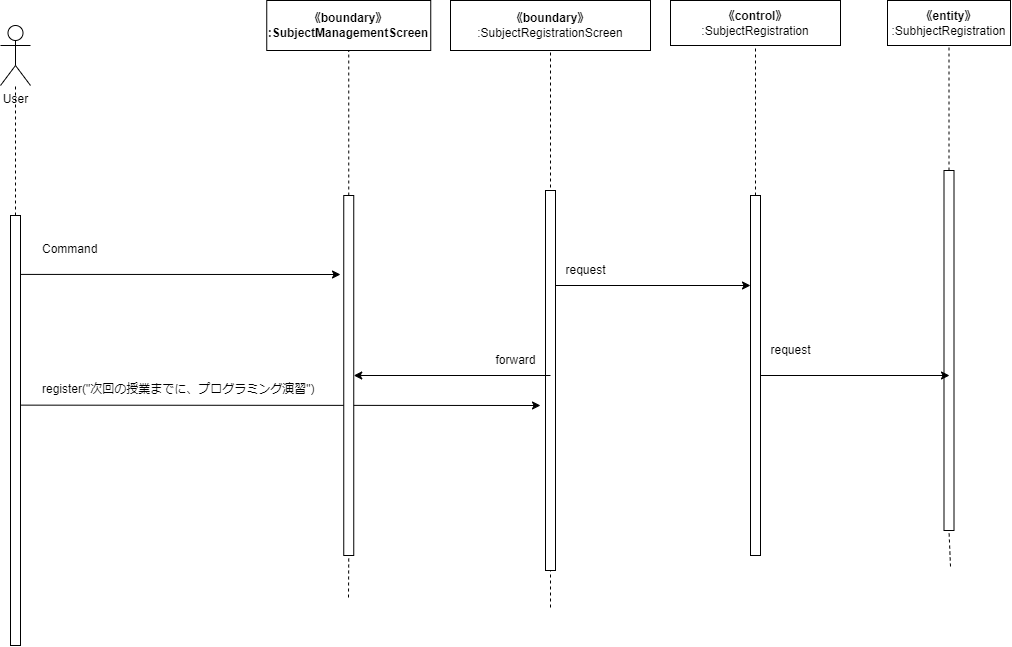
Earlier version of the draw.io export Design/Sequence-3.drawio.png (Hu-Hanxu/First-App-Self-Management-). Source tidied: cells renumbered, new cells last; positions are measured from the earlier drawing's top-left corner, leaving out a move shared by most shapes.
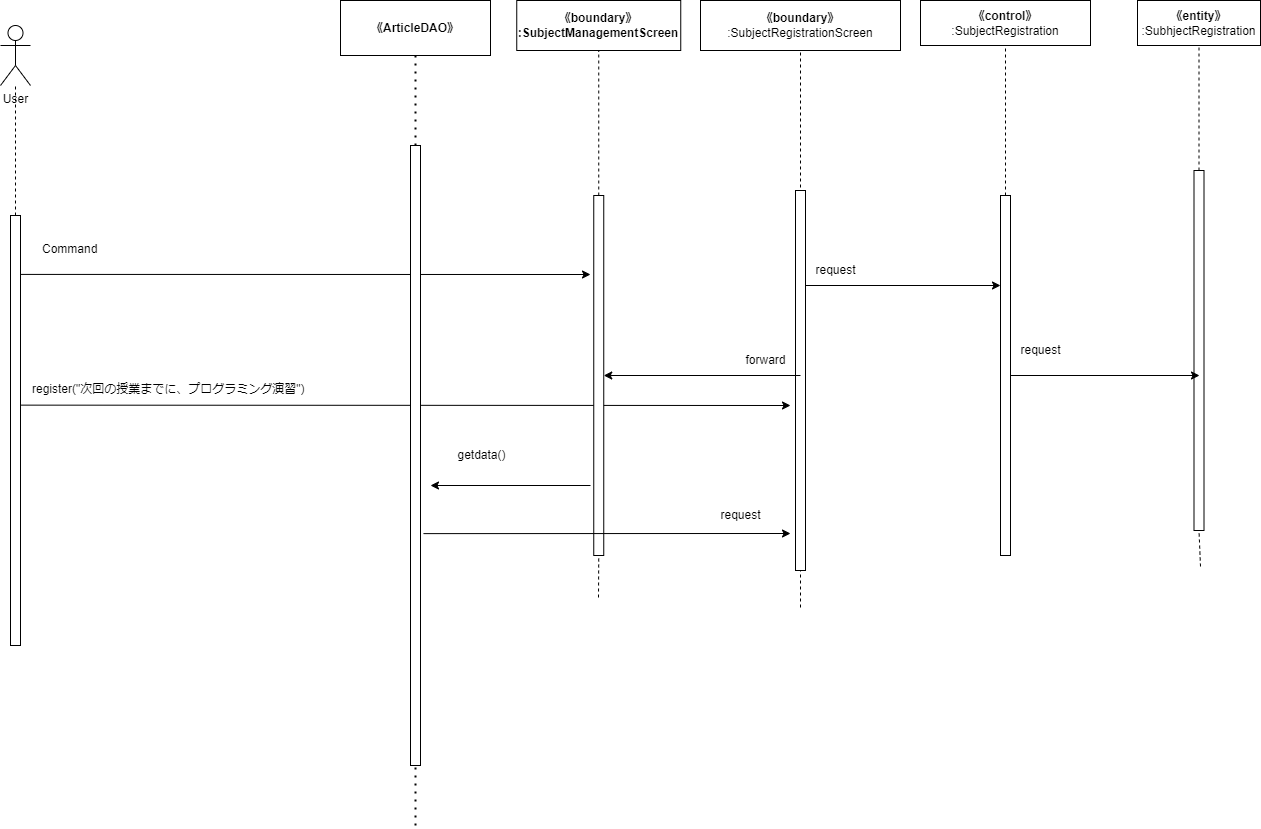
After the commit.

The edit, as a diff of the source:
```diff
@@ -3,11 +3,11 @@
     <mxCell id="0" />
     <mxCell id="1" parent="0" />
     <mxCell id="2" value="User" style="shape=umlActor;verticalLabelPosition=bottom;verticalAlign=top;html=1;outlineConnect=0;" parent="1" vertex="1">
-      <mxGeometry y="25" width="30" height="60" as="geometry" />
+      <mxGeometry x="-250" y="25" width="30" height="60" as="geometry" />
     </mxCell>
     <mxCell id="3" style="endArrow=none;dashed=1;html=1;exitX=0.5;exitY=0;exitDx=0;exitDy=0;" parent="1" edge="1" target="2">
       <mxGeometry relative="1" as="geometry">
-        <mxPoint x="15" y="215" as="sourcePoint" />
+        <mxPoint x="-235" y="215" as="sourcePoint" />
       </mxGeometry>
     </mxCell>
     <mxCell id="4" value="&lt;span style=&quot;font-weight: 700;&quot;&gt;《boundary》&lt;/span&gt;&lt;br style=&quot;font-weight: 700;&quot;&gt;&lt;span style=&quot;font-weight: 700;&quot;&gt;:Subject&lt;/span&gt;&lt;b&gt;ManagementScreen&lt;/b&gt;" style="rounded=0;whiteSpace=wrap;html=1;" parent="1" vertex="1">
@@ -25,7 +25,7 @@
       </mxGeometry>
     </mxCell>
     <mxCell id="8" style="rounded=0;whiteSpace=wrap;html=1;" parent="1" vertex="1">
-      <mxGeometry x="10" y="215" width="10" height="430" as="geometry" />
+      <mxGeometry x="-240" y="215" width="10" height="430" as="geometry" />
     </mxCell>
     <mxCell id="9" style="endArrow=none;dashed=1;html=1;entryX=0.5;entryY=1;entryDx=0;entryDy=0;startArrow=none;" parent="1" edge="1" source="11" target="4">
       <mxGeometry relative="1" as="geometry" />
@@ -67,10 +67,10 @@
       <mxGeometry x="943.5" y="170" width="10" height="360" as="geometry" />
     </mxCell>
     <mxCell id="20" value="register(&quot;次回の授業までに、プログラミング演習&quot;)" style="text;whiteSpace=wrap;html=1;" parent="1" vertex="1">
-      <mxGeometry x="40" y="375" width="280" height="40" as="geometry" />
+      <mxGeometry x="-220" y="375" width="280" height="40" as="geometry" />
     </mxCell>
     <mxCell id="21" value="Command" style="text;whiteSpace=wrap;html=1;" parent="1" vertex="1">
-      <mxGeometry x="40" y="235" width="90" height="40" as="geometry" />
+      <mxGeometry x="-210" y="235" width="90" height="40" as="geometry" />
     </mxCell>
     <mxCell id="22" style="endArrow=classic;html=1;exitX=1.055;exitY=0.137;exitDx=0;exitDy=0;exitPerimeter=0;" parent="1" edge="1" source="8">
       <mxGeometry relative="1" as="geometry">
@@ -99,5 +99,36 @@
     <mxCell id="28" value="request" style="text;html=1;align=center;verticalAlign=middle;strokeColor=none;fillColor=none;" parent="1" vertex="1">
       <mxGeometry x="760" y="335" width="60" height="30" as="geometry" />
     </mxCell>
+    <mxCell id="29" value="&lt;span style=&quot;font-weight: 700;&quot;&gt;《&lt;/span&gt;&lt;span style=&quot;font-weight: 700;&quot;&gt;ArticleDAO&lt;/span&gt;&lt;span style=&quot;font-weight: 700;&quot;&gt;》&lt;/span&gt;" style="rounded=0;whiteSpace=wrap;html=1;" parent="1" vertex="1">
+      <mxGeometry x="90" width="150" height="55" as="geometry" />
+    </mxCell>
+    <mxCell id="30" style="endArrow=none;dashed=1;html=1;dashPattern=1 3;strokeWidth=2;entryX=0.5;entryY=1;entryDx=0;entryDy=0;startArrow=none;" parent="1" edge="1" source="32" target="29">
+      <mxGeometry relative="1" as="geometry" />
+    </mxCell>
+    <mxCell id="31" style="endArrow=none;dashed=1;html=1;dashPattern=1 3;strokeWidth=2;entryX=0.5;entryY=1;entryDx=0;entryDy=0;" parent="1" edge="1" target="32">
+      <mxGeometry relative="1" as="geometry">
+        <mxPoint x="165" y="825" as="sourcePoint" />
+      </mxGeometry>
+    </mxCell>
+    <mxCell id="32" style="rounded=0;whiteSpace=wrap;html=1;" parent="1" vertex="1">
+      <mxGeometry x="160" y="145" width="10" height="620" as="geometry" />
+    </mxCell>
+    <mxCell id="33" value="getdata()" style="text;html=1;align=center;verticalAlign=middle;strokeColor=none;fillColor=none;" parent="1" vertex="1">
+      <mxGeometry x="196.2" y="440" width="70" height="30" as="geometry" />
+    </mxCell>
+    <mxCell id="34" style="endArrow=classic;html=1;" parent="1" edge="1">
+      <mxGeometry relative="1" as="geometry">
+        <mxPoint x="340" y="485" as="sourcePoint" />
+        <mxPoint x="180" y="485" as="targetPoint" />
+      </mxGeometry>
+    </mxCell>
+    <mxCell id="35" style="endArrow=classic;html=1;exitX=1.3;exitY=0.626;exitDx=0;exitDy=0;exitPerimeter=0;" parent="1" edge="1" source="32">
+      <mxGeometry relative="1" as="geometry">
+        <mxPoint x="540" y="533" as="targetPoint" />
+      </mxGeometry>
+    </mxCell>
+    <mxCell id="36" value="request" style="text;html=1;align=center;verticalAlign=middle;strokeColor=none;fillColor=none;" parent="1" vertex="1">
+      <mxGeometry x="460" y="500" width="60" height="30" as="geometry" />
+    </mxCell>
   </root>
 </mxGraphModel>
```
